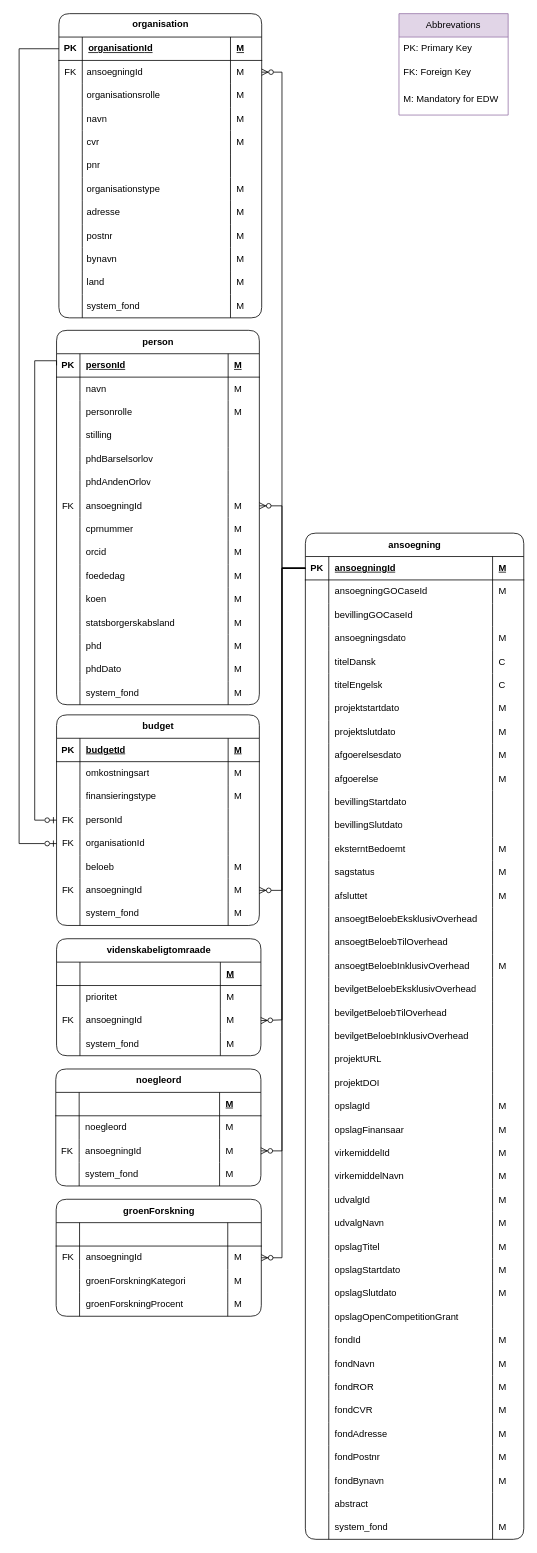
The draw.io diagram page "NY Raw" (4 of 5) of Grants model.drawio in thomas-lange-dk/Grants, before the edit. Source tidied: cells renumbered, new cells numbered last; positions are measured from the earlier drawing's top-left corner, leaving out a move shared by most shapes. Both pictures are drawn from the tidied source at 78%, with x=0, y=0 at pixel (19, 13).
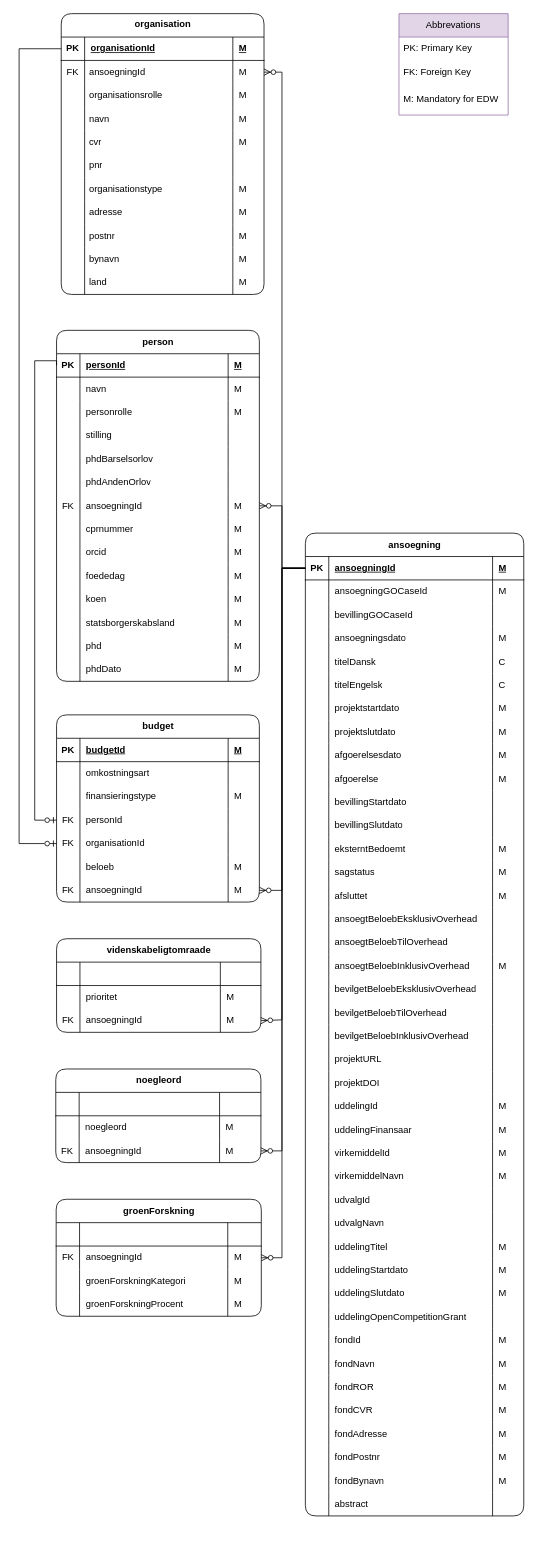
The same diagram, later.

Unchanged cells that the change refers to:
```xml
<mxCell id="52" style="shape=tableRow;horizontal=0;startSize=0;swimlaneHead=0;swimlaneBody=0;fillColor=none;top=0;left=0;right=0;bottom=1;shadow=0;" parent="51" vertex="1">
  <mxGeometry y="30" width="263" height="30" as="geometry" />
</mxCell>
<mxCell id="69" style="shape=tableRow;horizontal=0;startSize=0;swimlaneHead=0;swimlaneBody=0;fillColor=none;top=0;left=0;right=0;bottom=1;shadow=0;" parent="68" vertex="1">
  <mxGeometry y="30" width="262" height="30" as="geometry" />
</mxCell>
<mxCell id="183" style="shape=tableRow;horizontal=0;startSize=0;swimlaneHead=0;swimlaneBody=0;fillColor=none;top=0;left=0;right=0;bottom=0;shadow=0;" parent="90" vertex="1">
  <mxGeometry y="720" width="280" height="30" as="geometry" />
</mxCell>
<mxCell id="187" style="shape=tableRow;horizontal=0;startSize=0;swimlaneHead=0;swimlaneBody=0;fillColor=none;top=0;left=0;right=0;bottom=0;shadow=0;" parent="90" vertex="1">
  <mxGeometry y="750" width="280" height="30" as="geometry" />
</mxCell>
<mxCell id="199" style="shape=tableRow;horizontal=0;startSize=0;swimlaneHead=0;swimlaneBody=0;fillColor=none;top=0;left=0;right=0;bottom=0;shadow=0;" parent="90" vertex="1">
  <mxGeometry y="840" width="280" height="30" as="geometry" />
</mxCell>
<mxCell id="203" style="shape=tableRow;horizontal=0;startSize=0;swimlaneHead=0;swimlaneBody=0;fillColor=none;top=0;left=0;right=0;bottom=0;shadow=0;" parent="90" vertex="1">
  <mxGeometry y="870" width="280" height="30" as="geometry" />
</mxCell>
<mxCell id="207" style="shape=tableRow;horizontal=0;startSize=0;swimlaneHead=0;swimlaneBody=0;fillColor=none;top=0;left=0;right=0;bottom=0;shadow=0;" parent="90" vertex="1">
  <mxGeometry y="900" width="280" height="30" as="geometry" />
</mxCell>
<mxCell id="211" style="shape=tableRow;horizontal=0;startSize=0;swimlaneHead=0;swimlaneBody=0;fillColor=none;top=0;left=0;right=0;bottom=0;shadow=0;" parent="90" vertex="1">
  <mxGeometry y="930" width="280" height="30" as="geometry" />
</mxCell>
<mxCell id="215" style="shape=tableRow;horizontal=0;startSize=0;swimlaneHead=0;swimlaneBody=0;fillColor=none;top=0;left=0;right=0;bottom=0;shadow=0;" parent="90" vertex="1">
  <mxGeometry y="960" width="280" height="30" as="geometry" />
</mxCell>
<mxCell id="219" style="shape=tableRow;horizontal=0;startSize=0;swimlaneHead=0;swimlaneBody=0;fillColor=none;top=0;left=0;right=0;bottom=0;shadow=0;" parent="90" vertex="1">
  <mxGeometry y="990" width="280" height="30" as="geometry" />
</mxCell>
<mxCell id="325" style="shape=tableRow;horizontal=0;startSize=0;swimlaneHead=0;swimlaneBody=0;fillColor=none;top=0;left=0;right=0;bottom=0;shadow=0;" parent="320" vertex="1">
  <mxGeometry y="60" width="260" height="30" as="geometry" />
</mxCell>
```

Change to the diagram source:
```diff
@@
     <mxCell id="2" value="organisation" style="shape=table;startSize=30;childLayout=tableLayout;rowLines=0;fontStyle=1;align=center;html=1;rounded=1;shadow=0;spacing=-3;spacingTop=-3;" parent="1" vertex="1">
-      <mxGeometry x="51" width="260" height="390" as="geometry" />
+      <mxGeometry x="54" width="260" height="360" as="geometry" />
     </mxCell>
@@
-    <mxCell id="47" style="shape=tableRow;horizontal=0;startSize=0;swimlaneHead=0;swimlaneBody=0;fillColor=none;top=0;left=0;right=0;bottom=0;shadow=0;spacingBottom=0;spacingTop=0;" parent="2" vertex="1">
-      <mxGeometry y="360" width="260" height="30" as="geometry" />
-    </mxCell>
-    <mxCell id="48" style="shape=partialRectangle;fillColor=none;top=0;left=0;bottom=0;right=0;overflow=hidden;whiteSpace=wrap;html=1;shadow=0;spacingBottom=0;spacingTop=0;" parent="47" vertex="1">
-      <mxGeometry width="30" height="30" as="geometry" />
-    </mxCell>
-    <mxCell id="49" value="system_fond" style="shape=partialRectangle;fillColor=none;top=0;left=0;bottom=0;right=0;align=left;spacingLeft=6;overflow=hidden;whiteSpace=wrap;html=1;shadow=0;spacing=0;spacingBottom=0;spacingTop=0;verticalAlign=middle;" parent="47" vertex="1">
-      <mxGeometry x="30" width="190" height="30" as="geometry" />
-    </mxCell>
-    <mxCell id="50" value="M" style="shape=partialRectangle;fillColor=none;top=0;left=0;bottom=0;right=0;align=left;spacingLeft=6;overflow=hidden;whiteSpace=wrap;html=1;shadow=0;spacingBottom=0;spacingTop=0;" parent="47" vertex="1">
-      <mxGeometry x="220" width="40" height="30" as="geometry" />
-    </mxCell>
     <mxCell id="51" value="noegleord" style="shape=table;startSize=30;childLayout=tableLayout;rowLines=0;fontStyle=1;align=center;html=1;shadow=0;rounded=1;" parent="1" vertex="1">
-      <mxGeometry x="47" y="1353" width="263" height="150" as="geometry" />
+      <mxGeometry x="47" y="1353" width="263" height="120" as="geometry" />
     </mxCell>
@@
-    <mxCell id="55" value="M" style="shape=partialRectangle;fillColor=none;top=0;left=0;bottom=0;right=0;align=left;spacingLeft=6;fontStyle=5;overflow=hidden;whiteSpace=wrap;html=1;shadow=0;" parent="52" vertex="1">
+    <mxCell id="55" style="shape=partialRectangle;fillColor=none;top=0;left=0;bottom=0;right=0;align=left;spacingLeft=6;fontStyle=5;overflow=hidden;whiteSpace=wrap;html=1;shadow=0;" parent="52" vertex="1">
       <mxGeometry x="210" width="53" height="30" as="geometry" />
     </mxCell>
@@
-    <mxCell id="64" style="shape=tableRow;horizontal=0;startSize=0;swimlaneHead=0;swimlaneBody=0;fillColor=none;top=0;left=0;right=0;bottom=0;shadow=0;" parent="51" vertex="1">
-      <mxGeometry y="120" width="263" height="30" as="geometry" />
-    </mxCell>
-    <mxCell id="65" style="shape=partialRectangle;fillColor=none;top=0;left=0;bottom=0;right=0;overflow=hidden;whiteSpace=wrap;html=1;shadow=0;" parent="64" vertex="1">
-      <mxGeometry width="30" height="30" as="geometry" />
-    </mxCell>
-    <mxCell id="66" value="system_fond" style="shape=partialRectangle;fillColor=none;top=0;left=0;bottom=0;right=0;align=left;spacingLeft=6;overflow=hidden;whiteSpace=wrap;html=1;shadow=0;" parent="64" vertex="1">
-      <mxGeometry x="30" width="180" height="30" as="geometry" />
-    </mxCell>
-    <mxCell id="67" value="M" style="shape=partialRectangle;fillColor=none;top=0;left=0;bottom=0;right=0;align=left;spacingLeft=6;overflow=hidden;whiteSpace=wrap;html=1;shadow=0;" parent="64" vertex="1">
-      <mxGeometry x="210" width="53" height="30" as="geometry" />
-    </mxCell>
     <mxCell id="68" value="videnskabeligtomraade" style="shape=table;startSize=30;childLayout=tableLayout;rowLines=0;fontStyle=1;align=center;html=1;shadow=0;rounded=1;" parent="1" vertex="1">
-      <mxGeometry x="48" y="1186" width="262" height="150" as="geometry" />
+      <mxGeometry x="48" y="1186" width="262" height="120" as="geometry" />
     </mxCell>
@@
-    <mxCell id="72" value="M" style="shape=partialRectangle;fillColor=none;top=0;left=0;bottom=0;right=0;align=left;spacingLeft=6;fontStyle=5;overflow=hidden;whiteSpace=wrap;html=1;shadow=0;" parent="69" vertex="1">
+    <mxCell id="72" style="shape=partialRectangle;fillColor=none;top=0;left=0;bottom=0;right=0;align=left;spacingLeft=6;fontStyle=5;overflow=hidden;whiteSpace=wrap;html=1;shadow=0;" parent="69" vertex="1">
       <mxGeometry x="210" width="52" height="30" as="geometry" />
     </mxCell>
@@
-    <mxCell id="81" style="shape=tableRow;horizontal=0;startSize=0;swimlaneHead=0;swimlaneBody=0;fillColor=none;top=0;left=0;right=0;bottom=0;shadow=0;" parent="68" vertex="1">
-      <mxGeometry y="120" width="262" height="30" as="geometry" />
-    </mxCell>
-    <mxCell id="82" style="shape=partialRectangle;fillColor=none;top=0;left=0;bottom=0;right=0;overflow=hidden;whiteSpace=wrap;html=1;shadow=0;" parent="81" vertex="1">
-      <mxGeometry width="30" height="30" as="geometry" />
-    </mxCell>
-    <mxCell id="83" value="system_fond" style="shape=partialRectangle;fillColor=none;top=0;left=0;bottom=0;right=0;align=left;spacingLeft=6;overflow=hidden;whiteSpace=wrap;html=1;shadow=0;" parent="81" vertex="1">
-      <mxGeometry x="30" width="180" height="30" as="geometry" />
-    </mxCell>
-    <mxCell id="84" value="M" style="shape=partialRectangle;fillColor=none;top=0;left=0;bottom=0;right=0;align=left;spacingLeft=6;overflow=hidden;whiteSpace=wrap;html=1;shadow=0;" parent="81" vertex="1">
-      <mxGeometry x="210" width="52" height="30" as="geometry" />
-    </mxCell>
@@
     <mxCell id="90" value="ansoegning" style="shape=table;startSize=30;childLayout=tableLayout;rowLines=0;fontStyle=1;align=center;html=1;swimlaneLine=1;shadow=0;rounded=1;swimlaneFillColor=none;" parent="1" vertex="1">
-      <mxGeometry x="367" y="666" width="280" height="1290" as="geometry" />
+      <mxGeometry x="367" y="666" width="280" height="1260" as="geometry" />
     </mxCell>
@@
-    <mxCell id="185" value="opslagId" style="shape=partialRectangle;fillColor=none;top=0;left=0;bottom=0;right=0;align=left;spacingLeft=6;overflow=hidden;whiteSpace=wrap;html=1;shadow=0;" parent="183" vertex="1">
+    <mxCell id="185" value="uddelingId" style="shape=partialRectangle;fillColor=none;top=0;left=0;bottom=0;right=0;align=left;spacingLeft=6;overflow=hidden;whiteSpace=wrap;html=1;shadow=0;" parent="183" vertex="1">
       <mxGeometry x="30" width="210" height="30" as="geometry" />
     </mxCell>
@@
-    <mxCell id="189" value="opslagFinansaar" style="shape=partialRectangle;fillColor=none;top=0;left=0;bottom=0;right=0;align=left;spacingLeft=6;overflow=hidden;whiteSpace=wrap;html=1;shadow=0;" parent="187" vertex="1">
+    <mxCell id="189" value="uddelingFinansaar" style="shape=partialRectangle;fillColor=none;top=0;left=0;bottom=0;right=0;align=left;spacingLeft=6;overflow=hidden;whiteSpace=wrap;html=1;shadow=0;" parent="187" vertex="1">
       <mxGeometry x="30" width="210" height="30" as="geometry" />
     </mxCell>
@@
-    <mxCell id="202" value="M" style="shape=partialRectangle;fillColor=none;top=0;left=0;bottom=0;right=0;align=left;spacingLeft=6;overflow=hidden;whiteSpace=wrap;html=1;shadow=0;" parent="199" vertex="1">
+    <mxCell id="202" style="shape=partialRectangle;fillColor=none;top=0;left=0;bottom=0;right=0;align=left;spacingLeft=6;overflow=hidden;whiteSpace=wrap;html=1;shadow=0;" parent="199" vertex="1">
       <mxGeometry x="240" width="40" height="30" as="geometry" />
     </mxCell>
@@
-    <mxCell id="206" value="M" style="shape=partialRectangle;fillColor=none;top=0;left=0;bottom=0;right=0;align=left;spacingLeft=6;overflow=hidden;whiteSpace=wrap;html=1;shadow=0;" parent="203" vertex="1">
+    <mxCell id="206" style="shape=partialRectangle;fillColor=none;top=0;left=0;bottom=0;right=0;align=left;spacingLeft=6;overflow=hidden;whiteSpace=wrap;html=1;shadow=0;" parent="203" vertex="1">
       <mxGeometry x="240" width="40" height="30" as="geometry" />
     </mxCell>
@@
-    <mxCell id="209" value="opslagTitel" style="shape=partialRectangle;fillColor=none;top=0;left=0;bottom=0;right=0;align=left;spacingLeft=6;overflow=hidden;whiteSpace=wrap;html=1;shadow=0;" parent="207" vertex="1">
+    <mxCell id="209" value="uddelingTitel" style="shape=partialRectangle;fillColor=none;top=0;left=0;bottom=0;right=0;align=left;spacingLeft=6;overflow=hidden;whiteSpace=wrap;html=1;shadow=0;" parent="207" vertex="1">
       <mxGeometry x="30" width="210" height="30" as="geometry" />
     </mxCell>
@@
-    <mxCell id="213" value="opslagStartdato" style="shape=partialRectangle;fillColor=none;top=0;left=0;bottom=0;right=0;align=left;spacingLeft=6;overflow=hidden;whiteSpace=wrap;html=1;shadow=0;" parent="211" vertex="1">
+    <mxCell id="213" value="uddelingStartdato" style="shape=partialRectangle;fillColor=none;top=0;left=0;bottom=0;right=0;align=left;spacingLeft=6;overflow=hidden;whiteSpace=wrap;html=1;shadow=0;" parent="211" vertex="1">
       <mxGeometry x="30" width="210" height="30" as="geometry" />
     </mxCell>
@@
-    <mxCell id="217" value="opslagSlutdato" style="shape=partialRectangle;fillColor=none;top=0;left=0;bottom=0;right=0;align=left;spacingLeft=6;overflow=hidden;whiteSpace=wrap;html=1;shadow=0;" parent="215" vertex="1">
+    <mxCell id="217" value="uddelingSlutdato" style="shape=partialRectangle;fillColor=none;top=0;left=0;bottom=0;right=0;align=left;spacingLeft=6;overflow=hidden;whiteSpace=wrap;html=1;shadow=0;" parent="215" vertex="1">
       <mxGeometry x="30" width="210" height="30" as="geometry" />
     </mxCell>
@@
-    <mxCell id="221" value="opslagO&lt;span style=&quot;background-color: transparent; color: light-dark(rgb(0, 0, 0), rgb(255, 255, 255));&quot;&gt;penCompetitionGrant&lt;/span&gt;" style="shape=partialRectangle;fillColor=none;top=0;left=0;bottom=0;right=0;align=left;spacingLeft=6;overflow=hidden;whiteSpace=wrap;html=1;shadow=0;" parent="219" vertex="1">
+    <mxCell id="221" value="uddelingO&lt;span style=&quot;background-color: transparent; color: light-dark(rgb(0, 0, 0), rgb(255, 255, 255));&quot;&gt;penCompetitionGrant&lt;/span&gt;" style="shape=partialRectangle;fillColor=none;top=0;left=0;bottom=0;right=0;align=left;spacingLeft=6;overflow=hidden;whiteSpace=wrap;html=1;shadow=0;" parent="219" vertex="1">
       <mxGeometry x="30" width="210" height="30" as="geometry" />
     </mxCell>
@@
-    <mxCell id="255" style="shape=tableRow;horizontal=0;startSize=0;swimlaneHead=0;swimlaneBody=0;fillColor=none;top=0;left=0;right=0;bottom=0;shadow=0;" parent="90" vertex="1">
-      <mxGeometry y="1260" width="280" height="30" as="geometry" />
-    </mxCell>
-    <mxCell id="256" style="shape=partialRectangle;fillColor=none;top=0;left=0;bottom=0;right=0;overflow=hidden;whiteSpace=wrap;html=1;shadow=0;" parent="255" vertex="1">
-      <mxGeometry width="30" height="30" as="geometry" />
-    </mxCell>
-    <mxCell id="257" value="system_fond" style="shape=partialRectangle;fillColor=none;top=0;left=0;bottom=0;right=0;align=left;spacingLeft=6;overflow=hidden;whiteSpace=wrap;html=1;shadow=0;" parent="255" vertex="1">
-      <mxGeometry x="30" width="210" height="30" as="geometry" />
-    </mxCell>
-    <mxCell id="258" value="M" style="shape=partialRectangle;fillColor=none;top=0;left=0;bottom=0;right=0;align=left;spacingLeft=6;overflow=hidden;whiteSpace=wrap;html=1;shadow=0;" parent="255" vertex="1">
-      <mxGeometry x="240" width="40" height="30" as="geometry" />
-    </mxCell>
     <mxCell id="259" value="person" style="shape=table;startSize=30;childLayout=tableLayout;rowLines=0;fontStyle=1;align=center;html=1;shadow=0;rounded=1;" parent="1" vertex="1">
-      <mxGeometry x="48" y="406" width="260" height="480" as="geometry" />
+      <mxGeometry x="48" y="406" width="260" height="450" as="geometry" />
     </mxCell>
@@
-    <mxCell id="316" style="shape=tableRow;horizontal=0;startSize=0;swimlaneHead=0;swimlaneBody=0;fillColor=none;top=0;left=0;right=0;bottom=0;shadow=0;" parent="259" vertex="1">
-      <mxGeometry y="450" width="260" height="30" as="geometry" />
-    </mxCell>
-    <mxCell id="317" style="shape=partialRectangle;fillColor=none;top=0;left=0;bottom=0;right=0;overflow=hidden;whiteSpace=wrap;html=1;shadow=0;" parent="316" vertex="1">
-      <mxGeometry width="30" height="30" as="geometry" />
-    </mxCell>
-    <mxCell id="318" value="system_fond" style="shape=partialRectangle;fillColor=none;top=0;left=0;bottom=0;right=0;align=left;spacingLeft=6;overflow=hidden;whiteSpace=wrap;html=1;shadow=0;" parent="316" vertex="1">
-      <mxGeometry x="30" width="190" height="30" as="geometry" />
-    </mxCell>
-    <mxCell id="319" value="M" style="shape=partialRectangle;fillColor=none;top=0;left=0;bottom=0;right=0;align=left;spacingLeft=6;overflow=hidden;whiteSpace=wrap;html=1;shadow=0;" parent="316" vertex="1">
-      <mxGeometry x="220" width="40" height="30" as="geometry" />
-    </mxCell>
     <mxCell id="320" value="budget" style="shape=table;startSize=30;childLayout=tableLayout;rowLines=0;fontStyle=1;align=center;html=1;shadow=0;rounded=1;" parent="1" vertex="1">
-      <mxGeometry x="48" y="899" width="260" height="270" as="geometry" />
+      <mxGeometry x="48" y="899" width="260" height="240" as="geometry" />
     </mxCell>
@@
-    <mxCell id="328" value="M" style="shape=partialRectangle;fillColor=none;top=0;left=0;bottom=0;right=0;align=left;spacingLeft=6;overflow=hidden;whiteSpace=wrap;html=1;shadow=0;" parent="325" vertex="1">
+    <mxCell id="328" style="shape=partialRectangle;fillColor=none;top=0;left=0;bottom=0;right=0;align=left;spacingLeft=6;overflow=hidden;whiteSpace=wrap;html=1;shadow=0;" parent="325" vertex="1">
       <mxGeometry x="220" width="40" height="30" as="geometry" />
     </mxCell>
@@
-    <mxCell id="349" style="shape=tableRow;horizontal=0;startSize=0;swimlaneHead=0;swimlaneBody=0;fillColor=none;top=0;left=0;right=0;bottom=0;shadow=0;" parent="320" vertex="1">
-      <mxGeometry y="240" width="260" height="30" as="geometry" />
-    </mxCell>
-    <mxCell id="350" style="shape=partialRectangle;fillColor=none;top=0;left=0;bottom=0;right=0;overflow=hidden;whiteSpace=wrap;html=1;shadow=0;" parent="349" vertex="1">
-      <mxGeometry width="30" height="30" as="geometry" />
-    </mxCell>
-    <mxCell id="351" value="system_fond" style="shape=partialRectangle;fillColor=none;top=0;left=0;bottom=0;right=0;align=left;spacingLeft=6;overflow=hidden;whiteSpace=wrap;html=1;shadow=0;" parent="349" vertex="1">
-      <mxGeometry x="30" width="190" height="30" as="geometry" />
-    </mxCell>
-    <mxCell id="352" value="M" style="shape=partialRectangle;fillColor=none;top=0;left=0;bottom=0;right=0;align=left;spacingLeft=6;overflow=hidden;whiteSpace=wrap;html=1;shadow=0;" parent="349" vertex="1">
-      <mxGeometry x="220" width="40" height="30" as="geometry" />
-    </mxCell>
```
